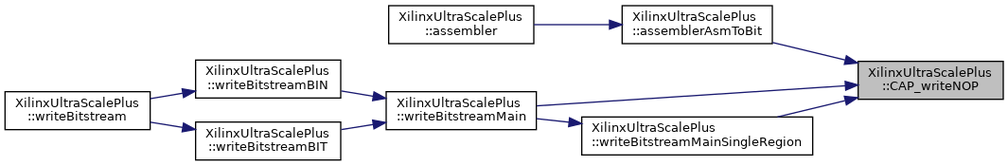
Earlier version of the Graphviz export classXilinxUltraScalePlus_afec424bf1fbe86abbc7a79d1bf14ac02_icgraph.png (FPGA-Research-Manchester/byteman). Its source is kept beside it as classXilinxUltraScalePlus_afec424bf1fbe86abbc7a79d1bf14ac02_icgraph.dot.
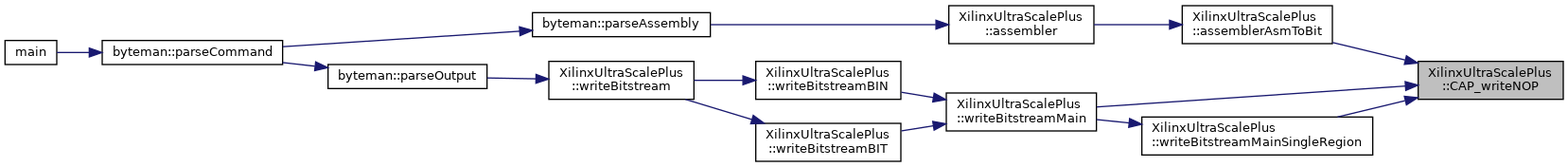
The same file after the commit.

The edit, as a diff of the source:
```diff
@@ -8,16 +8,25 @@
   Node2 [label="XilinxUltraScalePlus\l::assemblerAsmToBit",height=0.2,width=0.4,color="black", fillcolor="white", style="filled",URL="$classXilinxUltraScalePlus.html#a058802c627c4177c6fd88ca079551207",tooltip=" "];
   Node2 -> Node3 [dir="back",color="midnightblue",fontsize="10",style="solid",fontname="Helvetica"];
   Node3 [label="XilinxUltraScalePlus\l::assembler",height=0.2,width=0.4,color="black", fillcolor="white", style="filled",URL="$classXilinxUltraScalePlus.html#a53e5f6ec962f1f2a961f90b8b9e90e10",tooltip=" "];
-  Node1 -> Node4 [dir="back",color="midnightblue",fontsize="10",style="solid",fontname="Helvetica"];
-  Node4 [label="XilinxUltraScalePlus\l::writeBitstreamMain",height=0.2,width=0.4,color="black", fillcolor="white", style="filled",URL="$classXilinxUltraScalePlus.html#afcd0f828eff528d0c178a5e473ee2181",tooltip=" "];
+  Node3 -> Node4 [dir="back",color="midnightblue",fontsize="10",style="solid",fontname="Helvetica"];
+  Node4 [label="byteman::parseAssembly",height=0.2,width=0.4,color="black", fillcolor="white", style="filled",URL="$classbyteman.html#a5e7f2e31d95626075a6ce22b54ecbbf8",tooltip=" "];
   Node4 -> Node5 [dir="back",color="midnightblue",fontsize="10",style="solid",fontname="Helvetica"];
-  Node5 [label="XilinxUltraScalePlus\l::writeBitstreamBIN",height=0.2,width=0.4,color="black", fillcolor="white", style="filled",URL="$classXilinxUltraScalePlus.html#ab32b8ddf6ed62003568932d9167f7231",tooltip=" "];
+  Node5 [label="byteman::parseCommand",height=0.2,width=0.4,color="black", fillcolor="white", style="filled",URL="$classbyteman.html#a97ad2d6b20a10ddb0dd8d373159eea4e",tooltip=" "];
   Node5 -> Node6 [dir="back",color="midnightblue",fontsize="10",style="solid",fontname="Helvetica"];
-  Node6 [label="XilinxUltraScalePlus\l::writeBitstream",height=0.2,width=0.4,color="black", fillcolor="white", style="filled",URL="$classXilinxUltraScalePlus.html#a7f2a7c34766d004adc6f1cfe1bdd62e7",tooltip=" "];
-  Node4 -> Node7 [dir="back",color="midnightblue",fontsize="10",style="solid",fontname="Helvetica"];
-  Node7 [label="XilinxUltraScalePlus\l::writeBitstreamBIT",height=0.2,width=0.4,color="black", fillcolor="white", style="filled",URL="$classXilinxUltraScalePlus.html#aafc764306446548f9127f3e30759af49",tooltip=" "];
-  Node7 -> Node6 [dir="back",color="midnightblue",fontsize="10",style="solid",fontname="Helvetica"];
-  Node1 -> Node8 [dir="back",color="midnightblue",fontsize="10",style="solid",fontname="Helvetica"];
-  Node8 [label="XilinxUltraScalePlus\l::writeBitstreamMainSingleRegion",height=0.2,width=0.4,color="black", fillcolor="white", style="filled",URL="$classXilinxUltraScalePlus.html#a838df6236b078c1a751e65feb9463e12",tooltip=" "];
-  Node8 -> Node4 [dir="back",color="midnightblue",fontsize="10",style="solid",fontname="Helvetica"];
+  Node6 [label="main",height=0.2,width=0.4,color="black", fillcolor="white", style="filled",URL="$byteman_8cpp.html#a0ddf1224851353fc92bfbff6f499fa97",tooltip=" "];
+  Node1 -> Node7 [dir="back",color="midnightblue",fontsize="10",style="solid",fontname="Helvetica"];
+  Node7 [label="XilinxUltraScalePlus\l::writeBitstreamMain",height=0.2,width=0.4,color="black", fillcolor="white", style="filled",URL="$classXilinxUltraScalePlus.html#afcd0f828eff528d0c178a5e473ee2181",tooltip=" "];
+  Node7 -> Node8 [dir="back",color="midnightblue",fontsize="10",style="solid",fontname="Helvetica"];
+  Node8 [label="XilinxUltraScalePlus\l::writeBitstreamBIN",height=0.2,width=0.4,color="black", fillcolor="white", style="filled",URL="$classXilinxUltraScalePlus.html#ab32b8ddf6ed62003568932d9167f7231",tooltip=" "];
+  Node8 -> Node9 [dir="back",color="midnightblue",fontsize="10",style="solid",fontname="Helvetica"];
+  Node9 [label="XilinxUltraScalePlus\l::writeBitstream",height=0.2,width=0.4,color="black", fillcolor="white", style="filled",URL="$classXilinxUltraScalePlus.html#a7f2a7c34766d004adc6f1cfe1bdd62e7",tooltip=" "];
+  Node9 -> Node10 [dir="back",color="midnightblue",fontsize="10",style="solid",fontname="Helvetica"];
+  Node10 [label="byteman::parseOutput",height=0.2,width=0.4,color="black", fillcolor="white", style="filled",URL="$classbyteman.html#a2ff1e5c9e9b542e9f74768b296ace32f",tooltip=" "];
+  Node10 -> Node5 [dir="back",color="midnightblue",fontsize="10",style="solid",fontname="Helvetica"];
+  Node7 -> Node11 [dir="back",color="midnightblue",fontsize="10",style="solid",fontname="Helvetica"];
+  Node11 [label="XilinxUltraScalePlus\l::writeBitstreamBIT",height=0.2,width=0.4,color="black", fillcolor="white", style="filled",URL="$classXilinxUltraScalePlus.html#aafc764306446548f9127f3e30759af49",tooltip=" "];
+  Node11 -> Node9 [dir="back",color="midnightblue",fontsize="10",style="solid",fontname="Helvetica"];
+  Node1 -> Node12 [dir="back",color="midnightblue",fontsize="10",style="solid",fontname="Helvetica"];
+  Node12 [label="XilinxUltraScalePlus\l::writeBitstreamMainSingleRegion",height=0.2,width=0.4,color="black", fillcolor="white", style="filled",URL="$classXilinxUltraScalePlus.html#a838df6236b078c1a751e65feb9463e12",tooltip=" "];
+  Node12 -> Node7 [dir="back",color="midnightblue",fontsize="10",style="solid",fontname="Helvetica"];
 }
```
